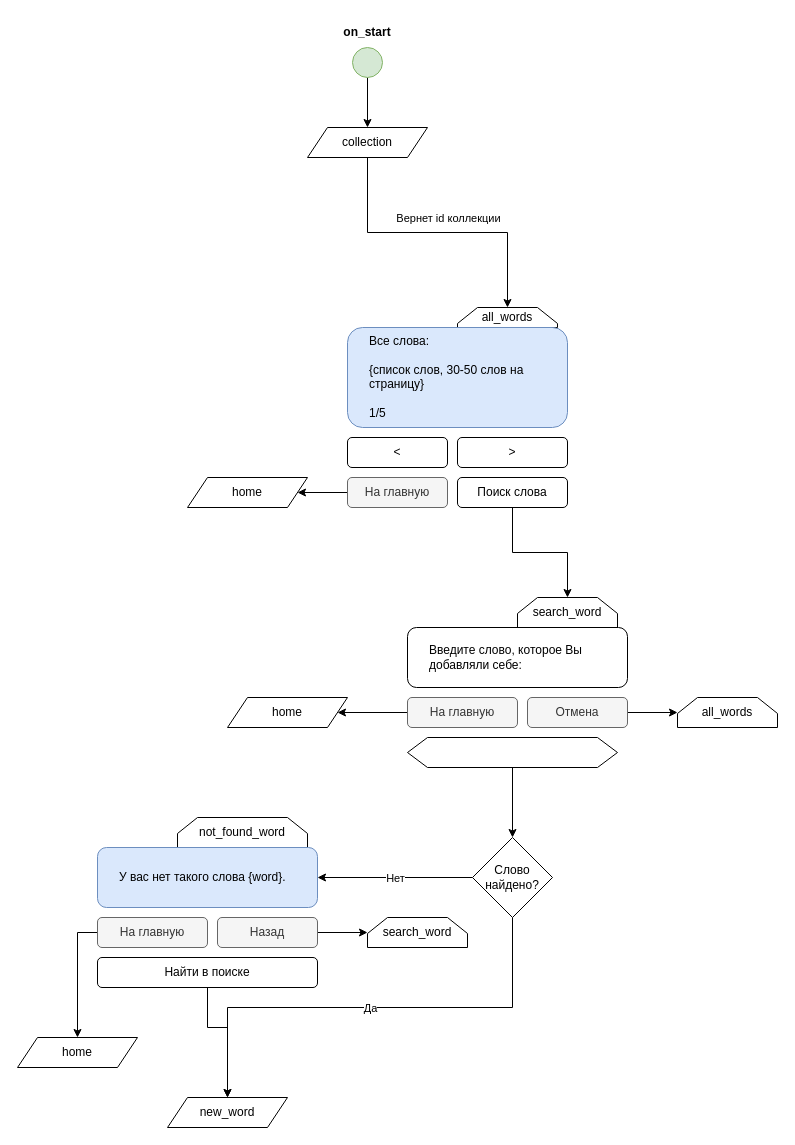
This is page "all_words" (3 of 8) of lexi-bot.drawio from pasha-danilevich/lexi-bot, a draw.io file, before an edit. Source tidied: cells renumbered, new cells numbered last; positions are measured from the earlier drawing's top-left corner, leaving out a move shared by most shapes. Both pictures are drawn from the tidied source at 100%, with x=0, y=0 at pixel (17, 17).
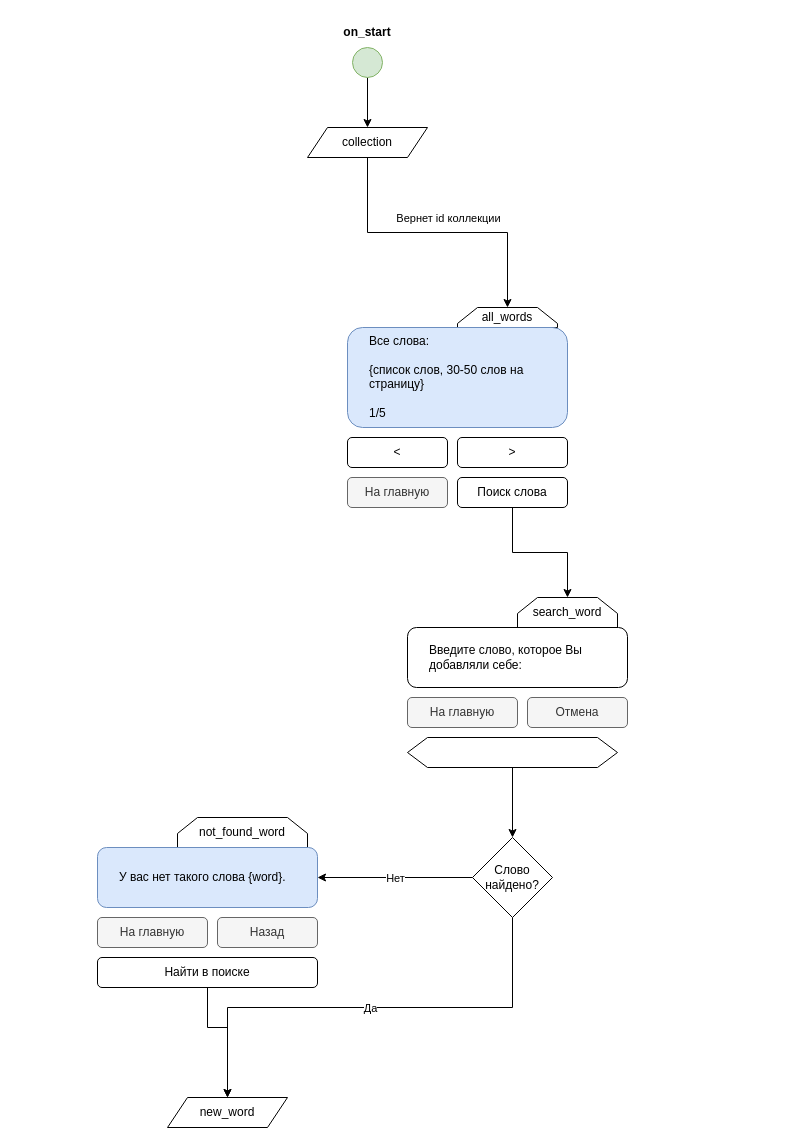
Above is the later version.

Commit message (it also covers changes not shown here):
Поиск слова из all_word, если оно не найдено

Unchanged cells that the change refers to:
```xml
<mxCell id="21" value="На главную" style="rounded=1;whiteSpace=wrap;html=1;spacingLeft=0;align=center;fillColor=#f5f5f5;fontColor=#333333;strokeColor=#666666;" parent="1" vertex="1">
  <mxGeometry x="80" y="900" width="110" height="30" as="geometry" />
</mxCell>
<mxCell id="24" value="Назад" style="rounded=1;whiteSpace=wrap;html=1;spacingLeft=0;align=center;fillColor=#f5f5f5;fontColor=#333333;strokeColor=#666666;" parent="1" vertex="1">
  <mxGeometry x="200" y="900" width="100" height="30" as="geometry" />
</mxCell>
<mxCell id="26" value="На главную" style="rounded=1;whiteSpace=wrap;html=1;spacingLeft=0;align=center;fillColor=#f5f5f5;fontColor=#333333;strokeColor=#666666;" parent="1" vertex="1">
  <mxGeometry x="390" y="680" width="110" height="30" as="geometry" />
</mxCell>
<mxCell id="28" value="Отмена" style="rounded=1;whiteSpace=wrap;html=1;spacingLeft=0;align=center;fillColor=#f5f5f5;fontColor=#333333;strokeColor=#666666;" parent="1" vertex="1">
  <mxGeometry x="510" y="680" width="100" height="30" as="geometry" />
</mxCell>
<mxCell id="34" value="На главную" style="rounded=1;whiteSpace=wrap;html=1;spacingLeft=0;align=center;fillColor=#f5f5f5;fontColor=#333333;strokeColor=#666666;" parent="1" vertex="1">
  <mxGeometry x="330" y="460" width="100" height="30" as="geometry" />
</mxCell>
```

What changed in the source:
```diff
@@
-    <mxCell id="5" value="home" style="shape=parallelogram;perimeter=parallelogramPerimeter;whiteSpace=wrap;html=1;fixedSize=1;" parent="1" vertex="1">
-      <mxGeometry x="210" y="680" width="120" height="30" as="geometry" />
-    </mxCell>
-    <mxCell id="6" value="home" style="shape=parallelogram;perimeter=parallelogramPerimeter;whiteSpace=wrap;html=1;fixedSize=1;" parent="1" vertex="1">
-      <mxGeometry x="170" y="460" width="120" height="30" as="geometry" />
-    </mxCell>
-    <mxCell id="7" style="edgeStyle=orthogonalEdgeStyle;rounded=0;jettySize=auto;html=1;" parent="1" edge="1" source="34" target="6">
-      <mxGeometry relative="1" as="geometry" />
-    </mxCell>
-    <mxCell id="8" style="edgeStyle=orthogonalEdgeStyle;rounded=0;jettySize=auto;html=1;" parent="1" edge="1" source="26" target="5">
-      <mxGeometry relative="1" as="geometry" />
-    </mxCell>
@@
-    <mxCell id="14" value="all_words" style="shape=loopLimit;whiteSpace=wrap;html=1;" parent="1" vertex="1">
-      <mxGeometry x="660" y="680" width="100" height="30" as="geometry" />
-    </mxCell>
-    <mxCell id="15" style="edgeStyle=orthogonalEdgeStyle;rounded=0;jettySize=auto;html=1;" parent="1" edge="1" source="28" target="14">
-      <mxGeometry relative="1" as="geometry" />
-    </mxCell>
@@
-    <mxCell id="20" style="edgeStyle=orthogonalEdgeStyle;rounded=0;jettySize=auto;html=1;exitX=0;exitY=0.5;exitDx=0;exitDy=0;" parent="1" edge="1" source="21" target="22">
-      <mxGeometry relative="1" as="geometry" />
-    </mxCell>
@@
-    <mxCell id="22" value="home" style="shape=parallelogram;perimeter=parallelogramPerimeter;whiteSpace=wrap;html=1;fixedSize=1;" parent="1" vertex="1">
-      <mxGeometry y="1020" width="120" height="30" as="geometry" />
-    </mxCell>
-    <mxCell id="23" style="edgeStyle=orthogonalEdgeStyle;rounded=0;jettySize=auto;html=1;" parent="1" edge="1" source="24" target="35">
-      <mxGeometry relative="1" as="geometry" />
-    </mxCell>
@@
-    <mxCell id="35" value="search_word" style="shape=loopLimit;whiteSpace=wrap;html=1;" parent="1" vertex="1">
-      <mxGeometry x="350" y="900" width="100" height="30" as="geometry" />
-    </mxCell>
```
